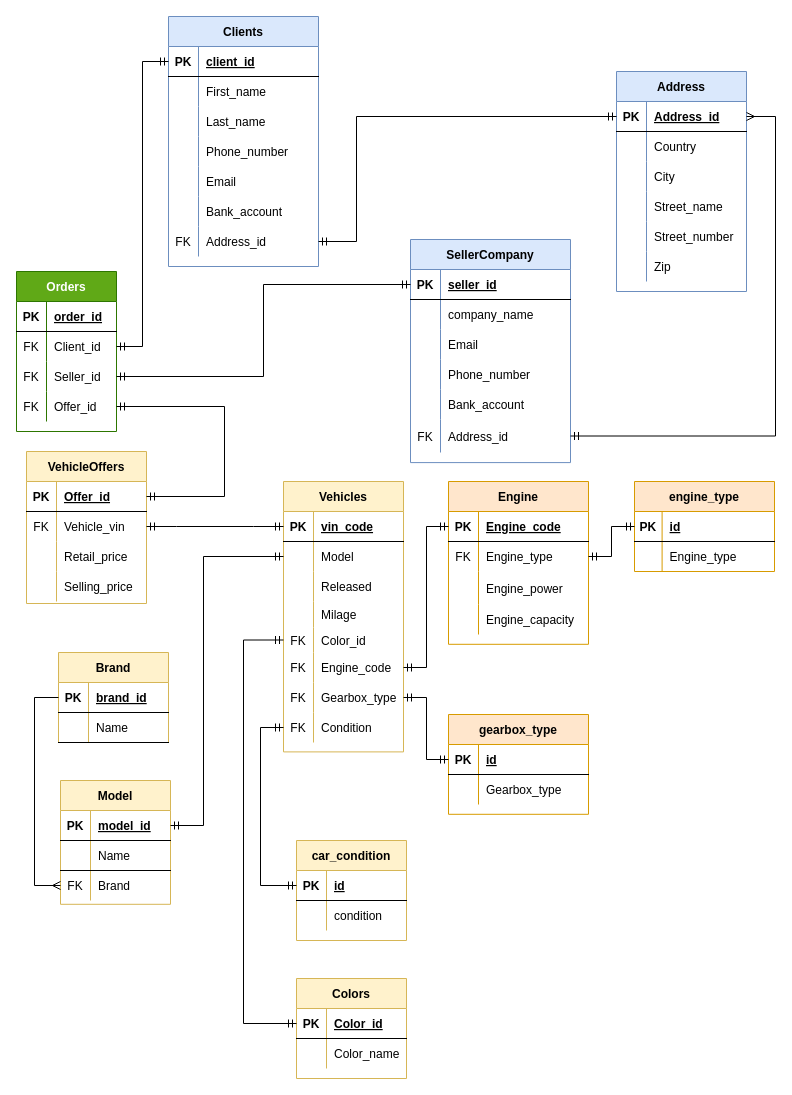
This is page "ER logical" (1 of 3) of Car Marketplace.drawio from kstekels/Car-Marketplace, a draw.io file, before an edit. Source tidied: cells renumbered, new cells numbered last; positions are measured from the earlier drawing's top-left corner, leaving out a move shared by most shapes. Both pictures are drawn from the tidied source at 100%, with x=0, y=0 at pixel (16, 16).
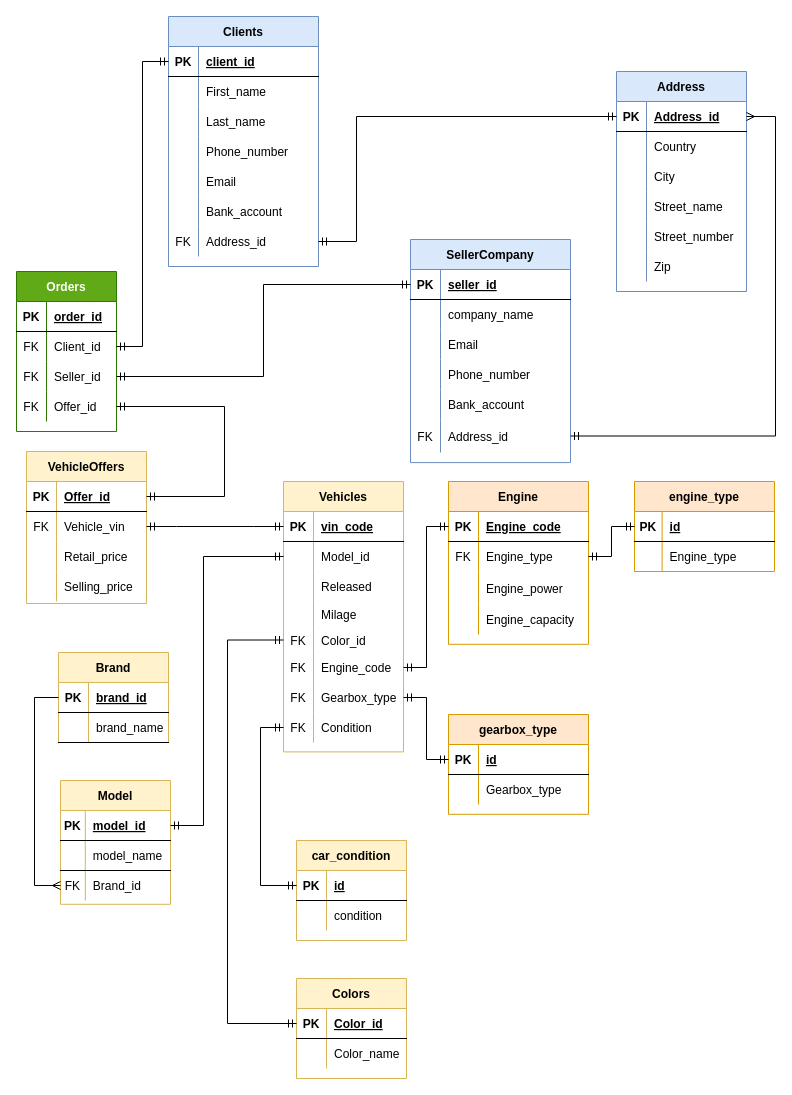
The same diagram, later.

Unchanged cells that the change refers to:
```xml
<mxCell id="79" style="shape=partialRectangle;fillColor=none;top=0;left=0;bottom=0;right=0;points=[[0,0.5],[1,0.5]];portConstraint=eastwest;" parent="75" vertex="1">
  <mxGeometry y="60" width="120" height="30" as="geometry" />
</mxCell>
<mxCell id="88" style="shape=partialRectangle;fillColor=none;top=0;left=0;bottom=0;right=0;points=[[0,0.5],[1,0.5]];portConstraint=eastwest;" parent="75" vertex="1">
  <mxGeometry y="146" width="120" height="25" as="geometry" />
</mxCell>
<mxCell id="101" style="shape=partialRectangle;fillColor=none;top=0;left=0;bottom=1;right=0;points=[[0,0.5],[1,0.5]];portConstraint=eastwest;" parent="100" vertex="1">
  <mxGeometry y="30" width="110" height="30" as="geometry" />
</mxCell>
<mxCell id="169" style="shape=partialRectangle;fillColor=none;top=0;left=0;bottom=1;right=0;" parent="165" vertex="1">
  <mxGeometry y="60" width="110" height="30" as="geometry" />
</mxCell>
<mxCell id="173" style="shape=partialRectangle;fillColor=none;top=0;left=0;bottom=1;right=0;points=[[0,0.5],[1,0.5]];portConstraint=eastwest;" parent="172" vertex="1">
  <mxGeometry y="30" width="110" height="30" as="geometry" />
</mxCell>
<mxCell id="176" style="shape=partialRectangle;fillColor=none;top=0;left=0;bottom=1;right=0;" parent="172" vertex="1">
  <mxGeometry y="60" width="110" height="30" as="geometry" />
</mxCell>
<mxCell id="179" style="shape=partialRectangle;fillColor=none;top=0;left=0;bottom=0;right=0;points=[[0,0.5],[1,0.5]];portConstraint=eastwest;" parent="172" vertex="1">
  <mxGeometry y="90" width="110" height="30" as="geometry" />
</mxCell>
```

The edit, as a diff of the source:
```diff
@@
-    <mxCell id="81" value="Model" style="shape=partialRectangle;fillColor=none;top=0;left=0;bottom=0;right=0;align=left;spacingLeft=6;overflow=hidden;" parent="79" vertex="1">
+    <mxCell id="81" value="Model_id" style="shape=partialRectangle;fillColor=none;top=0;left=0;bottom=0;right=0;align=left;spacingLeft=6;overflow=hidden;" parent="79" vertex="1">
       <mxGeometry x="30" width="90" height="30" as="geometry" />
     </mxCell>
@@
     <mxCell id="137" style="edgeStyle=orthogonalEdgeStyle;fontSize=12;html=1;endArrow=ERmandOne;rounded=0;entryX=0;entryY=0.5;entryDx=0;entryDy=0;endFill=0;startArrow=ERmandOne;startFill=0;exitX=0;exitY=0.5;exitDx=0;exitDy=0;" parent="1" edge="1" source="88" target="101">
       <mxGeometry relative="1" as="geometry">
         <Array as="points">
-          <mxPoint x="227" y="623" />
-          <mxPoint x="227" y="1007" />
+          <mxPoint x="211" y="623" />
+          <mxPoint x="211" y="1007" />
         </Array>
       </mxGeometry>
     </mxCell>
@@
-    <mxCell id="171" value="Name" style="shape=partialRectangle;fillColor=none;top=0;left=0;bottom=0;right=0;align=left;spacingLeft=6;fontStyle=0;overflow=hidden;" parent="169" vertex="1">
+    <mxCell id="171" value="brand_name" style="shape=partialRectangle;fillColor=none;top=0;left=0;bottom=0;right=0;align=left;spacingLeft=6;fontStyle=0;overflow=hidden;" parent="169" vertex="1">
       <mxGeometry x="30" width="80" height="30" as="geometry" />
     </mxCell>
@@
     <mxCell id="174" value="PK" style="shape=partialRectangle;fillColor=none;top=0;left=0;bottom=0;right=0;fontStyle=1;overflow=hidden;" parent="173" vertex="1">
-      <mxGeometry width="30" height="30" as="geometry" />
+      <mxGeometry width="24.8" height="30" as="geometry" />
     </mxCell>
     <mxCell id="175" value="model_id" style="shape=partialRectangle;fillColor=none;top=0;left=0;bottom=0;right=0;align=left;spacingLeft=6;fontStyle=5;overflow=hidden;" parent="173" vertex="1">
-      <mxGeometry x="30" width="80" height="30" as="geometry" />
+      <mxGeometry x="24.8" width="85.2" height="30" as="geometry" />
     </mxCell>
@@
     <mxCell id="177" style="shape=partialRectangle;fillColor=none;top=0;left=0;bottom=0;right=0;fontStyle=1;overflow=hidden;" parent="176" vertex="1">
-      <mxGeometry width="30" height="30" as="geometry" />
+      <mxGeometry width="24.8" height="30" as="geometry" />
     </mxCell>
-    <mxCell id="178" value="Name" style="shape=partialRectangle;fillColor=none;top=0;left=0;bottom=0;right=0;align=left;spacingLeft=6;fontStyle=0;overflow=hidden;" parent="176" vertex="1">
-      <mxGeometry x="30" width="80" height="30" as="geometry" />
+    <mxCell id="178" value="model_name" style="shape=partialRectangle;fillColor=none;top=0;left=0;bottom=0;right=0;align=left;spacingLeft=6;fontStyle=0;overflow=hidden;" parent="176" vertex="1">
+      <mxGeometry x="24.8" width="85.2" height="30" as="geometry" />
     </mxCell>
@@
     <mxCell id="180" value="FK" style="shape=partialRectangle;fillColor=none;top=0;left=0;bottom=0;right=0;fontStyle=0;overflow=hidden;" parent="179" vertex="1">
-      <mxGeometry width="30" height="30" as="geometry" />
+      <mxGeometry width="24.8" height="30" as="geometry" />
     </mxCell>
-    <mxCell id="181" value="Brand" style="shape=partialRectangle;fillColor=none;top=0;left=0;bottom=0;right=0;align=left;spacingLeft=6;fontStyle=0;overflow=hidden;" parent="179" vertex="1">
-      <mxGeometry x="30" width="80" height="30" as="geometry" />
+    <mxCell id="181" value="Brand_id" style="shape=partialRectangle;fillColor=none;top=0;left=0;bottom=0;right=0;align=left;spacingLeft=6;fontStyle=0;overflow=hidden;" parent="179" vertex="1">
+      <mxGeometry x="24.8" width="85.2" height="30" as="geometry" />
     </mxCell>
```
